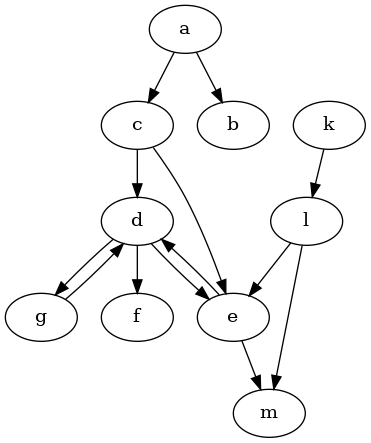
idaks/Games-and-Argumentation keeps this Graphviz diagram as XLoKR-2023/2-Statelog_version/output/uncolored_graph.png. Above is the earlier version. Its source is kept beside it as XLoKR-2023/2-Statelog_version/output/uncolored_graph.dot.
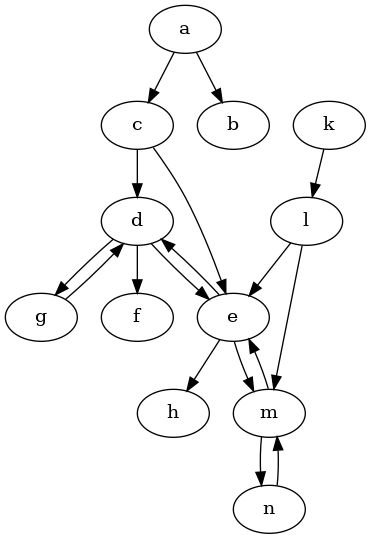
Above is the later version.

Change to the diagram source:
```diff
@@ -11,5 +11,9 @@
 	d -> g	[dir=forward];
 	e -> d	[dir=forward];
 	e -> m	[dir=forward];
+	e -> h	[dir=forward];
+	m -> e	[dir=forward];
+	m -> n	[dir=forward];
 	g -> d	[dir=forward];
+	n -> m	[dir=forward];
 }
```
